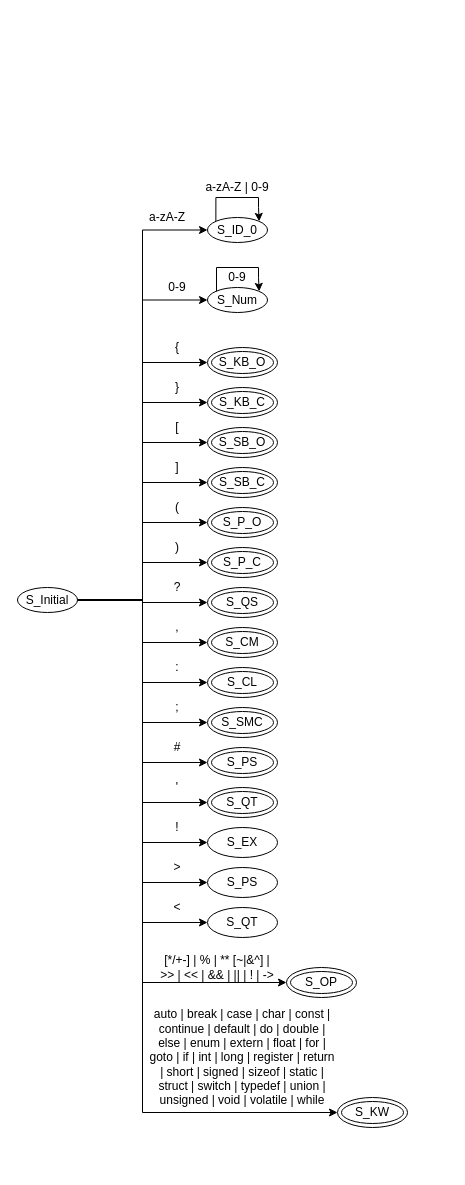
Earlier version of the draw.io diagram Untitled Diagram.drawio (huangluzhi/flex_c). Source tidied: cells renumbered, new cells numbered last; positions are measured from the earlier drawing's top-left corner, leaving out a move shared by most shapes. Both pictures are drawn from the tidied source at 100%, with x=0, y=0 at pixel (17, 177).
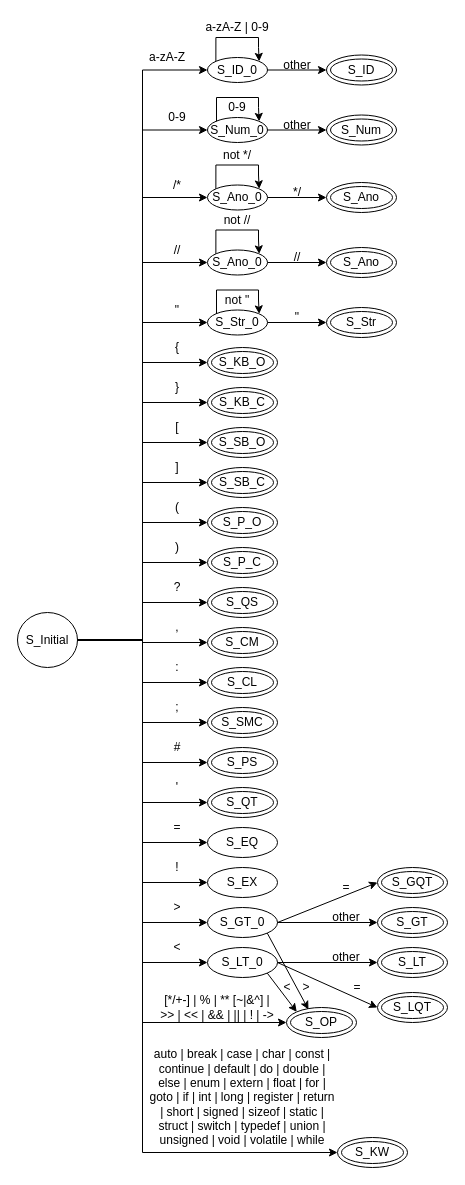
Above is the later version.

What changed in the source:
```diff
@@
     <mxCell id="16" style="edgeStyle=orthogonalEdgeStyle;rounded=0;jettySize=auto;html=1;exitX=1;exitY=0.5;exitDx=0;exitDy=0;entryX=0;entryY=0.5;entryDx=0;entryDy=0;" parent="1" edge="1" source="21" target="54">
       <mxGeometry relative="1" as="geometry">
         <Array as="points">
-          <mxPoint x="125" y="423" />
-          <mxPoint x="125" y="805" />
+          <mxPoint x="125" y="463" />
+          <mxPoint x="125" y="845" />
         </Array>
       </mxGeometry>
     </mxCell>
     <mxCell id="17" style="edgeStyle=orthogonalEdgeStyle;rounded=0;jettySize=auto;html=1;exitX=1;exitY=0.5;exitDx=0;exitDy=0;entryX=0;entryY=0.5;entryDx=0;entryDy=0;" parent="1" edge="1" source="21" target="56">
       <mxGeometry relative="1" as="geometry">
         <Array as="points">
-          <mxPoint x="125" y="423" />
-          <mxPoint x="125" y="935" />
+          <mxPoint x="125" y="463" />
+          <mxPoint x="125" y="975" />
         </Array>
       </mxGeometry>
     </mxCell>
@@
+    <mxCell id="64" style="edgeStyle=orthogonalEdgeStyle;rounded=0;jettySize=auto;html=1;exitX=1;exitY=0.5;exitDx=0;exitDy=0;entryX=0;entryY=0.5;entryDx=0;entryDy=0;" parent="1" edge="1" source="21" target="68">
+      <mxGeometry relative="1" as="geometry" />
+    </mxCell>
+    <mxCell id="65" style="edgeStyle=orthogonalEdgeStyle;rounded=0;jettySize=auto;html=1;exitX=1;exitY=0.5;exitDx=0;exitDy=0;entryX=0;entryY=0.5;entryDx=0;entryDy=0;" parent="1" edge="1" source="21" target="96">
+      <mxGeometry relative="1" as="geometry" />
+    </mxCell>
+    <mxCell id="66" style="edgeStyle=orthogonalEdgeStyle;rounded=0;jettySize=auto;html=1;exitX=1;exitY=0.5;exitDx=0;exitDy=0;entryX=0;entryY=0.5;entryDx=0;entryDy=0;" parent="1" edge="1" source="21" target="92">
+      <mxGeometry relative="1" as="geometry" />
+    </mxCell>
+    <mxCell id="67" style="edgeStyle=orthogonalEdgeStyle;rounded=0;jettySize=auto;html=1;exitX=1;exitY=0.5;exitDx=0;exitDy=0;entryX=0;entryY=0.5;entryDx=0;entryDy=0;" parent="1" edge="1" source="21" target="106">
+      <mxGeometry relative="1" as="geometry" />
+    </mxCell>
     <mxCell id="21" value="S_Initial" style="ellipse;whiteSpace=wrap;html=1;" parent="1" vertex="1">
-      <mxGeometry y="410" width="60" height="25" as="geometry" />
+      <mxGeometry y="435" width="60" height="55" as="geometry" />
     </mxCell>
@@
     <mxCell id="25" value="S_ID_0" style="ellipse;whiteSpace=wrap;html=1;" parent="1" vertex="1">
-      <mxGeometry x="190" y="40" width="60" height="25" as="geometry" />
+      <mxGeometry x="190" y="-120" width="60" height="25" as="geometry" />
     </mxCell>
@@
     <mxCell id="29" value="a-zA-Z" style="text;html=1;strokeColor=none;fillColor=none;align=center;verticalAlign=middle;whiteSpace=wrap;rounded=0;" parent="1" vertex="1">
-      <mxGeometry x="130" y="30" width="40" height="20" as="geometry" />
+      <mxGeometry x="130" y="-130" width="40" height="20" as="geometry" />
     </mxCell>
     <mxCell id="30" style="edgeStyle=orthogonalEdgeStyle;rounded=0;orthogonalLoop=1;jettySize=auto;html=1;exitX=0;exitY=0;exitDx=0;exitDy=0;entryX=1;entryY=0;entryDx=0;entryDy=0;" parent="1" edge="1" source="25" target="25">
       <mxGeometry relative="1" as="geometry">
         <Array as="points">
-          <mxPoint x="199" y="20" />
-          <mxPoint x="241" y="20" />
-          <mxPoint x="241" y="30" />
-          <mxPoint x="241" y="30" />
+          <mxPoint x="199" y="-140" />
+          <mxPoint x="241" y="-140" />
+          <mxPoint x="241" y="-130" />
+          <mxPoint x="241" y="-130" />
         </Array>
       </mxGeometry>
     </mxCell>
     <mxCell id="31" value="a-zA-Z | 0-9&lt;br/&gt;" style="text;html=1;strokeColor=none;fillColor=none;align=center;verticalAlign=middle;whiteSpace=wrap;rounded=0;" parent="1" vertex="1">
-      <mxGeometry x="185" width="70" height="20" as="geometry" />
+      <mxGeometry x="185" y="-160" width="70" height="20" as="geometry" />
     </mxCell>
-    <mxCell id="32" value="S_Num" style="ellipse;whiteSpace=wrap;html=1;" parent="1" vertex="1">
-      <mxGeometry x="190" y="110" width="60" height="25" as="geometry" />
+    <mxCell id="32" value="S_Num_0" style="ellipse;whiteSpace=wrap;html=1;" parent="1" vertex="1">
+      <mxGeometry x="190" y="-60" width="60" height="25" as="geometry" />
     </mxCell>
     <mxCell id="33" value="0-9" style="text;html=1;strokeColor=none;fillColor=none;align=center;verticalAlign=middle;whiteSpace=wrap;rounded=0;" parent="1" vertex="1">
-      <mxGeometry x="140" y="100" width="40" height="20" as="geometry" />
+      <mxGeometry x="140" y="-70" width="40" height="20" as="geometry" />
     </mxCell>
     <mxCell id="34" style="edgeStyle=orthogonalEdgeStyle;rounded=0;jettySize=auto;html=1;entryX=1;entryY=0;entryDx=0;entryDy=0;" parent="1" edge="1" target="32">
       <mxGeometry relative="1" as="geometry">
-        <mxPoint x="199" y="114" as="sourcePoint" />
+        <mxPoint x="199" y="-56" as="sourcePoint" />
         <Array as="points">
-          <mxPoint x="199" y="90" />
-          <mxPoint x="241" y="90" />
-          <mxPoint x="241" y="100" />
+          <mxPoint x="199" y="-80" />
+          <mxPoint x="241" y="-80" />
+          <mxPoint x="241" y="-70" />
         </Array>
       </mxGeometry>
     </mxCell>
     <mxCell id="35" value="0-9" style="text;html=1;strokeColor=none;fillColor=none;align=center;verticalAlign=middle;whiteSpace=wrap;rounded=0;" parent="1" vertex="1">
-      <mxGeometry x="185" y="90" width="70" height="20" as="geometry" />
+      <mxGeometry x="185" y="-80" width="70" height="20" as="geometry" />
     </mxCell>
@@
     <mxCell id="48" value="S_EX" style="ellipse;whiteSpace=wrap;html=1;" parent="1" vertex="1">
-      <mxGeometry x="190" y="650" width="70" height="30" as="geometry" />
+      <mxGeometry x="190" y="690" width="70" height="30" as="geometry" />
     </mxCell>
@@
     <mxCell id="51" value="!" style="text;html=1;strokeColor=none;fillColor=none;align=center;verticalAlign=middle;whiteSpace=wrap;rounded=0;" parent="1" vertex="1">
-      <mxGeometry x="140" y="640" width="40" height="20" as="geometry" />
+      <mxGeometry x="140" y="680" width="40" height="20" as="geometry" />
     </mxCell>
@@
     <mxCell id="54" value="S_OP" style="ellipse;shape=doubleEllipse;whiteSpace=wrap;html=1;" parent="1" vertex="1">
-      <mxGeometry x="269" y="790" width="70" height="30" as="geometry" />
+      <mxGeometry x="269" y="830" width="70" height="30" as="geometry" />
     </mxCell>
     <mxCell id="55" value="[*/+-] | % | ** [~|&amp;amp;^] | &amp;gt;&amp;gt; | &amp;lt;&amp;lt; | &amp;amp;&amp;amp; | || | ! | -&amp;gt;" style="text;html=1;strokeColor=none;fillColor=none;align=center;verticalAlign=middle;whiteSpace=wrap;rounded=0;" parent="1" vertex="1">
-      <mxGeometry x="140" y="780" width="120" height="20" as="geometry" />
+      <mxGeometry x="140" y="820" width="120" height="20" as="geometry" />
     </mxCell>
     <mxCell id="56" value="S_KW" style="ellipse;shape=doubleEllipse;whiteSpace=wrap;html=1;" parent="1" vertex="1">
-      <mxGeometry x="320" y="920" width="70" height="30" as="geometry" />
+      <mxGeometry x="320" y="960" width="70" height="30" as="geometry" />
     </mxCell>
     <mxCell id="57" value="auto | break | case | char | const | continue | default | do | double | else | enum | extern | float | for | goto | if | int | long | register | return | short | signed | sizeof | static | struct | switch | typedef | union | unsigned | void | volatile | while" style="text;html=1;strokeColor=none;fillColor=none;align=center;verticalAlign=middle;whiteSpace=wrap;rounded=0;" parent="1" vertex="1">
-      <mxGeometry x="130" y="870" width="190" height="20" as="geometry" />
+      <mxGeometry x="130" y="910" width="190" height="20" as="geometry" />
     </mxCell>
-    <mxCell id="58" value="S_QT" style="ellipse;whiteSpace=wrap;html=1;" parent="1" vertex="1">
-      <mxGeometry x="190" y="730" width="70" height="30" as="geometry" />
+    <mxCell id="58" value="S_LT_0" style="ellipse;whiteSpace=wrap;html=1;" parent="1" vertex="1">
+      <mxGeometry x="190" y="770" width="70" height="30" as="geometry" />
     </mxCell>
-    <mxCell id="59" value="S_PS" style="ellipse;whiteSpace=wrap;html=1;" parent="1" vertex="1">
-      <mxGeometry x="190" y="690" width="70" height="30" as="geometry" />
+    <mxCell id="59" value="S_GT_0" style="ellipse;whiteSpace=wrap;html=1;" parent="1" vertex="1">
+      <mxGeometry x="190" y="730" width="70" height="30" as="geometry" />
     </mxCell>
     <mxCell id="60" value="&amp;lt;" style="text;html=1;strokeColor=none;fillColor=none;align=center;verticalAlign=middle;whiteSpace=wrap;rounded=0;" parent="1" vertex="1">
-      <mxGeometry x="140" y="720" width="40" height="20" as="geometry" />
+      <mxGeometry x="140" y="760" width="40" height="20" as="geometry" />
     </mxCell>
     <mxCell id="61" value="&amp;gt;" style="text;html=1;strokeColor=none;fillColor=none;align=center;verticalAlign=middle;whiteSpace=wrap;rounded=0;" parent="1" vertex="1">
-      <mxGeometry x="140" y="680" width="40" height="20" as="geometry" />
+      <mxGeometry x="140" y="720" width="40" height="20" as="geometry" />
     </mxCell>
@@
+    <mxCell id="68" value="S_EQ" style="ellipse;whiteSpace=wrap;html=1;" parent="1" vertex="1">
+      <mxGeometry x="190" y="650" width="70" height="30" as="geometry" />
+    </mxCell>
+    <mxCell id="69" value="=" style="text;html=1;strokeColor=none;fillColor=none;align=center;verticalAlign=middle;whiteSpace=wrap;rounded=0;" parent="1" vertex="1">
+      <mxGeometry x="140" y="640" width="40" height="20" as="geometry" />
+    </mxCell>
+    <mxCell id="70" style="endArrow=classic;html=1;exitX=1;exitY=1;exitDx=0;exitDy=0;entryX=0;entryY=0;entryDx=0;entryDy=0;" parent="1" edge="1" source="58" target="54">
+      <mxGeometry relative="1" as="geometry" />
+    </mxCell>
+    <mxCell id="71" value="&amp;lt;" style="text;html=1;strokeColor=none;fillColor=none;align=center;verticalAlign=middle;whiteSpace=wrap;rounded=0;" parent="1" vertex="1">
+      <mxGeometry x="250" y="800" width="40" height="20" as="geometry" />
+    </mxCell>
+    <mxCell id="72" style="endArrow=classic;html=1;exitX=1;exitY=1;exitDx=0;exitDy=0;entryX=0.314;entryY=0.067;entryDx=0;entryDy=0;entryPerimeter=0;" parent="1" edge="1" source="59" target="54">
+      <mxGeometry relative="1" as="geometry" />
+    </mxCell>
+    <mxCell id="73" value="&amp;gt;" style="text;html=1;strokeColor=none;fillColor=none;align=center;verticalAlign=middle;whiteSpace=wrap;rounded=0;" parent="1" vertex="1">
+      <mxGeometry x="269" y="800" width="40" height="20" as="geometry" />
+    </mxCell>
+    <mxCell id="74" style="endArrow=classic;html=1;entryX=0;entryY=0.5;entryDx=0;entryDy=0;exitX=1;exitY=0.5;exitDx=0;exitDy=0;" parent="1" edge="1" source="58" target="75">
+      <mxGeometry relative="1" as="geometry" />
+    </mxCell>
+    <mxCell id="75" value="S_LQT" style="ellipse;shape=doubleEllipse;whiteSpace=wrap;html=1;" parent="1" vertex="1">
+      <mxGeometry x="360" y="815" width="70" height="30" as="geometry" />
+    </mxCell>
+    <mxCell id="76" style="endArrow=classic;html=1;exitX=1;exitY=0.5;exitDx=0;exitDy=0;entryX=0;entryY=0.5;entryDx=0;entryDy=0;" parent="1" edge="1" source="58" target="78">
+      <mxGeometry relative="1" as="geometry" />
+    </mxCell>
+    <mxCell id="77" value="other" style="text;html=1;strokeColor=none;fillColor=none;align=center;verticalAlign=middle;whiteSpace=wrap;rounded=0;" parent="1" vertex="1">
+      <mxGeometry x="309" y="770" width="40" height="20" as="geometry" />
+    </mxCell>
+    <mxCell id="78" value="S_LT" style="ellipse;shape=doubleEllipse;whiteSpace=wrap;html=1;" parent="1" vertex="1">
+      <mxGeometry x="360" y="770" width="70" height="30" as="geometry" />
+    </mxCell>
+    <mxCell id="79" value="=" style="text;html=1;strokeColor=none;fillColor=none;align=center;verticalAlign=middle;whiteSpace=wrap;rounded=0;" parent="1" vertex="1">
+      <mxGeometry x="309" y="700" width="40" height="20" as="geometry" />
+    </mxCell>
+    <mxCell id="80" style="endArrow=classic;html=1;entryX=0;entryY=0.5;entryDx=0;entryDy=0;exitX=1;exitY=0.5;exitDx=0;exitDy=0;" parent="1" edge="1" target="81">
+      <mxGeometry relative="1" as="geometry">
+        <mxPoint x="260" y="745" as="sourcePoint" />
+      </mxGeometry>
+    </mxCell>
+    <mxCell id="81" value="S_GQT" style="ellipse;shape=doubleEllipse;whiteSpace=wrap;html=1;" parent="1" vertex="1">
+      <mxGeometry x="360" y="690" width="70" height="30" as="geometry" />
+    </mxCell>
+    <mxCell id="82" style="endArrow=classic;html=1;exitX=1;exitY=0.5;exitDx=0;exitDy=0;entryX=0;entryY=0.5;entryDx=0;entryDy=0;" parent="1" edge="1" target="84">
+      <mxGeometry relative="1" as="geometry">
+        <mxPoint x="260" y="745" as="sourcePoint" />
+      </mxGeometry>
+    </mxCell>
+    <mxCell id="83" value="other" style="text;html=1;strokeColor=none;fillColor=none;align=center;verticalAlign=middle;whiteSpace=wrap;rounded=0;" parent="1" vertex="1">
+      <mxGeometry x="309" y="730" width="40" height="20" as="geometry" />
+    </mxCell>
+    <mxCell id="84" value="S_GT" style="ellipse;shape=doubleEllipse;whiteSpace=wrap;html=1;" parent="1" vertex="1">
+      <mxGeometry x="360" y="730" width="70" height="30" as="geometry" />
+    </mxCell>
+    <mxCell id="85" value="=" style="text;html=1;strokeColor=none;fillColor=none;align=center;verticalAlign=middle;whiteSpace=wrap;rounded=0;" parent="1" vertex="1">
+      <mxGeometry x="320" y="800" width="40" height="20" as="geometry" />
+    </mxCell>
+    <mxCell id="86" style="endArrow=classic;html=1;exitX=1;exitY=0.5;exitDx=0;exitDy=0;entryX=0;entryY=0.5;entryDx=0;entryDy=0;" parent="1" edge="1" target="88">
+      <mxGeometry relative="1" as="geometry">
+        <mxPoint x="250" y="-107.5" as="sourcePoint" />
+      </mxGeometry>
+    </mxCell>
+    <mxCell id="87" value="other" style="text;html=1;strokeColor=none;fillColor=none;align=center;verticalAlign=middle;whiteSpace=wrap;rounded=0;" parent="1" vertex="1">
+      <mxGeometry x="260" y="-122.5" width="40" height="20" as="geometry" />
+    </mxCell>
+    <mxCell id="88" value="S_ID" style="ellipse;shape=doubleEllipse;whiteSpace=wrap;html=1;" parent="1" vertex="1">
+      <mxGeometry x="309" y="-122.5" width="70" height="30" as="geometry" />
+    </mxCell>
+    <mxCell id="89" style="endArrow=classic;html=1;exitX=1;exitY=0.5;exitDx=0;exitDy=0;entryX=0;entryY=0.5;entryDx=0;entryDy=0;" parent="1" edge="1" target="91">
+      <mxGeometry relative="1" as="geometry">
+        <mxPoint x="250" y="-47.5" as="sourcePoint" />
+      </mxGeometry>
+    </mxCell>
+    <mxCell id="90" value="other" style="text;html=1;strokeColor=none;fillColor=none;align=center;verticalAlign=middle;whiteSpace=wrap;rounded=0;" parent="1" vertex="1">
+      <mxGeometry x="260" y="-62.5" width="40" height="20" as="geometry" />
+    </mxCell>
+    <mxCell id="91" value="S_Num" style="ellipse;shape=doubleEllipse;whiteSpace=wrap;html=1;" parent="1" vertex="1">
+      <mxGeometry x="309" y="-62.5" width="70" height="30" as="geometry" />
+    </mxCell>
+    <mxCell id="92" value="S_Ano_0" style="ellipse;whiteSpace=wrap;html=1;" parent="1" vertex="1">
+      <mxGeometry x="190" y="72.5" width="60" height="25" as="geometry" />
+    </mxCell>
+    <mxCell id="93" value="//" style="text;html=1;strokeColor=none;fillColor=none;align=center;verticalAlign=middle;whiteSpace=wrap;rounded=0;" parent="1" vertex="1">
+      <mxGeometry x="140" y="62.5" width="40" height="20" as="geometry" />
+    </mxCell>
+    <mxCell id="94" style="edgeStyle=orthogonalEdgeStyle;rounded=0;orthogonalLoop=1;jettySize=auto;html=1;exitX=0;exitY=0;exitDx=0;exitDy=0;entryX=1;entryY=0;entryDx=0;entryDy=0;" parent="1" edge="1" source="92" target="92">
+      <mxGeometry relative="1" as="geometry">
+        <Array as="points">
+          <mxPoint x="199" y="52.5" />
+          <mxPoint x="241" y="52.5" />
+          <mxPoint x="241" y="62.5" />
+          <mxPoint x="241" y="62.5" />
+        </Array>
+      </mxGeometry>
+    </mxCell>
+    <mxCell id="95" value="not //" style="text;html=1;strokeColor=none;fillColor=none;align=center;verticalAlign=middle;whiteSpace=wrap;rounded=0;" parent="1" vertex="1">
+      <mxGeometry x="185" y="32.5" width="70" height="20" as="geometry" />
+    </mxCell>
+    <mxCell id="96" value="S_Str_0" style="ellipse;whiteSpace=wrap;html=1;" parent="1" vertex="1">
+      <mxGeometry x="190" y="132.5" width="60" height="25" as="geometry" />
+    </mxCell>
+    <mxCell id="97" value="&quot;" style="text;html=1;strokeColor=none;fillColor=none;align=center;verticalAlign=middle;whiteSpace=wrap;rounded=0;" parent="1" vertex="1">
+      <mxGeometry x="140" y="122.5" width="40" height="20" as="geometry" />
+    </mxCell>
+    <mxCell id="98" style="edgeStyle=orthogonalEdgeStyle;rounded=0;jettySize=auto;html=1;entryX=1;entryY=0;entryDx=0;entryDy=0;" parent="1" edge="1" target="96">
+      <mxGeometry relative="1" as="geometry">
+        <mxPoint x="199" y="136.5" as="sourcePoint" />
+        <Array as="points">
+          <mxPoint x="199" y="112.5" />
+          <mxPoint x="241" y="112.5" />
+          <mxPoint x="241" y="122.5" />
+        </Array>
+      </mxGeometry>
+    </mxCell>
+    <mxCell id="99" value="not &quot;" style="text;html=1;strokeColor=none;fillColor=none;align=center;verticalAlign=middle;whiteSpace=wrap;rounded=0;" parent="1" vertex="1">
+      <mxGeometry x="185" y="112.5" width="70" height="20" as="geometry" />
+    </mxCell>
+    <mxCell id="100" style="endArrow=classic;html=1;exitX=1;exitY=0.5;exitDx=0;exitDy=0;entryX=0;entryY=0.5;entryDx=0;entryDy=0;" parent="1" edge="1" target="102">
+      <mxGeometry relative="1" as="geometry">
+        <mxPoint x="250" y="85" as="sourcePoint" />
+      </mxGeometry>
+    </mxCell>
+    <mxCell id="101" value="//" style="text;html=1;strokeColor=none;fillColor=none;align=center;verticalAlign=middle;whiteSpace=wrap;rounded=0;" parent="1" vertex="1">
+      <mxGeometry x="260" y="70" width="40" height="20" as="geometry" />
+    </mxCell>
+    <mxCell id="102" value="S_Ano" style="ellipse;shape=doubleEllipse;whiteSpace=wrap;html=1;" parent="1" vertex="1">
+      <mxGeometry x="309" y="70" width="70" height="30" as="geometry" />
+    </mxCell>
+    <mxCell id="103" style="endArrow=classic;html=1;exitX=1;exitY=0.5;exitDx=0;exitDy=0;entryX=0;entryY=0.5;entryDx=0;entryDy=0;" parent="1" edge="1" target="105">
+      <mxGeometry relative="1" as="geometry">
+        <mxPoint x="250" y="145" as="sourcePoint" />
+      </mxGeometry>
+    </mxCell>
+    <mxCell id="104" value="&quot;" style="text;html=1;strokeColor=none;fillColor=none;align=center;verticalAlign=middle;whiteSpace=wrap;rounded=0;" parent="1" vertex="1">
+      <mxGeometry x="260" y="130" width="40" height="20" as="geometry" />
+    </mxCell>
+    <mxCell id="105" value="S_Str" style="ellipse;shape=doubleEllipse;whiteSpace=wrap;html=1;" parent="1" vertex="1">
+      <mxGeometry x="309" y="130" width="70" height="30" as="geometry" />
+    </mxCell>
+    <mxCell id="106" value="S_Ano_0" style="ellipse;whiteSpace=wrap;html=1;" parent="1" vertex="1">
+      <mxGeometry x="190" y="7.5" width="60" height="25" as="geometry" />
+    </mxCell>
+    <mxCell id="107" value="/*" style="text;html=1;strokeColor=none;fillColor=none;align=center;verticalAlign=middle;whiteSpace=wrap;rounded=0;" parent="1" vertex="1">
+      <mxGeometry x="140" y="-2.5" width="40" height="20" as="geometry" />
+    </mxCell>
+    <mxCell id="108" style="edgeStyle=orthogonalEdgeStyle;rounded=0;orthogonalLoop=1;jettySize=auto;html=1;exitX=0;exitY=0;exitDx=0;exitDy=0;entryX=1;entryY=0;entryDx=0;entryDy=0;" parent="1" edge="1" source="106" target="106">
+      <mxGeometry relative="1" as="geometry">
+        <Array as="points">
+          <mxPoint x="199" y="-12.5" />
+          <mxPoint x="241" y="-12.5" />
+          <mxPoint x="241" y="-2.5" />
+          <mxPoint x="241" y="-2.5" />
+        </Array>
+      </mxGeometry>
+    </mxCell>
+    <mxCell id="109" value="not */" style="text;html=1;strokeColor=none;fillColor=none;align=center;verticalAlign=middle;whiteSpace=wrap;rounded=0;" parent="1" vertex="1">
+      <mxGeometry x="185" y="-32.5" width="70" height="20" as="geometry" />
+    </mxCell>
+    <mxCell id="110" style="endArrow=classic;html=1;exitX=1;exitY=0.5;exitDx=0;exitDy=0;entryX=0;entryY=0.5;entryDx=0;entryDy=0;" parent="1" edge="1" target="112">
+      <mxGeometry relative="1" as="geometry">
+        <mxPoint x="250" y="20" as="sourcePoint" />
+      </mxGeometry>
+    </mxCell>
+    <mxCell id="111" value="*/" style="text;html=1;strokeColor=none;fillColor=none;align=center;verticalAlign=middle;whiteSpace=wrap;rounded=0;" parent="1" vertex="1">
+      <mxGeometry x="260" y="5" width="40" height="20" as="geometry" />
+    </mxCell>
+    <mxCell id="112" value="S_Ano" style="ellipse;shape=doubleEllipse;whiteSpace=wrap;html=1;" parent="1" vertex="1">
+      <mxGeometry x="309" y="5" width="70" height="30" as="geometry" />
+    </mxCell>
```
